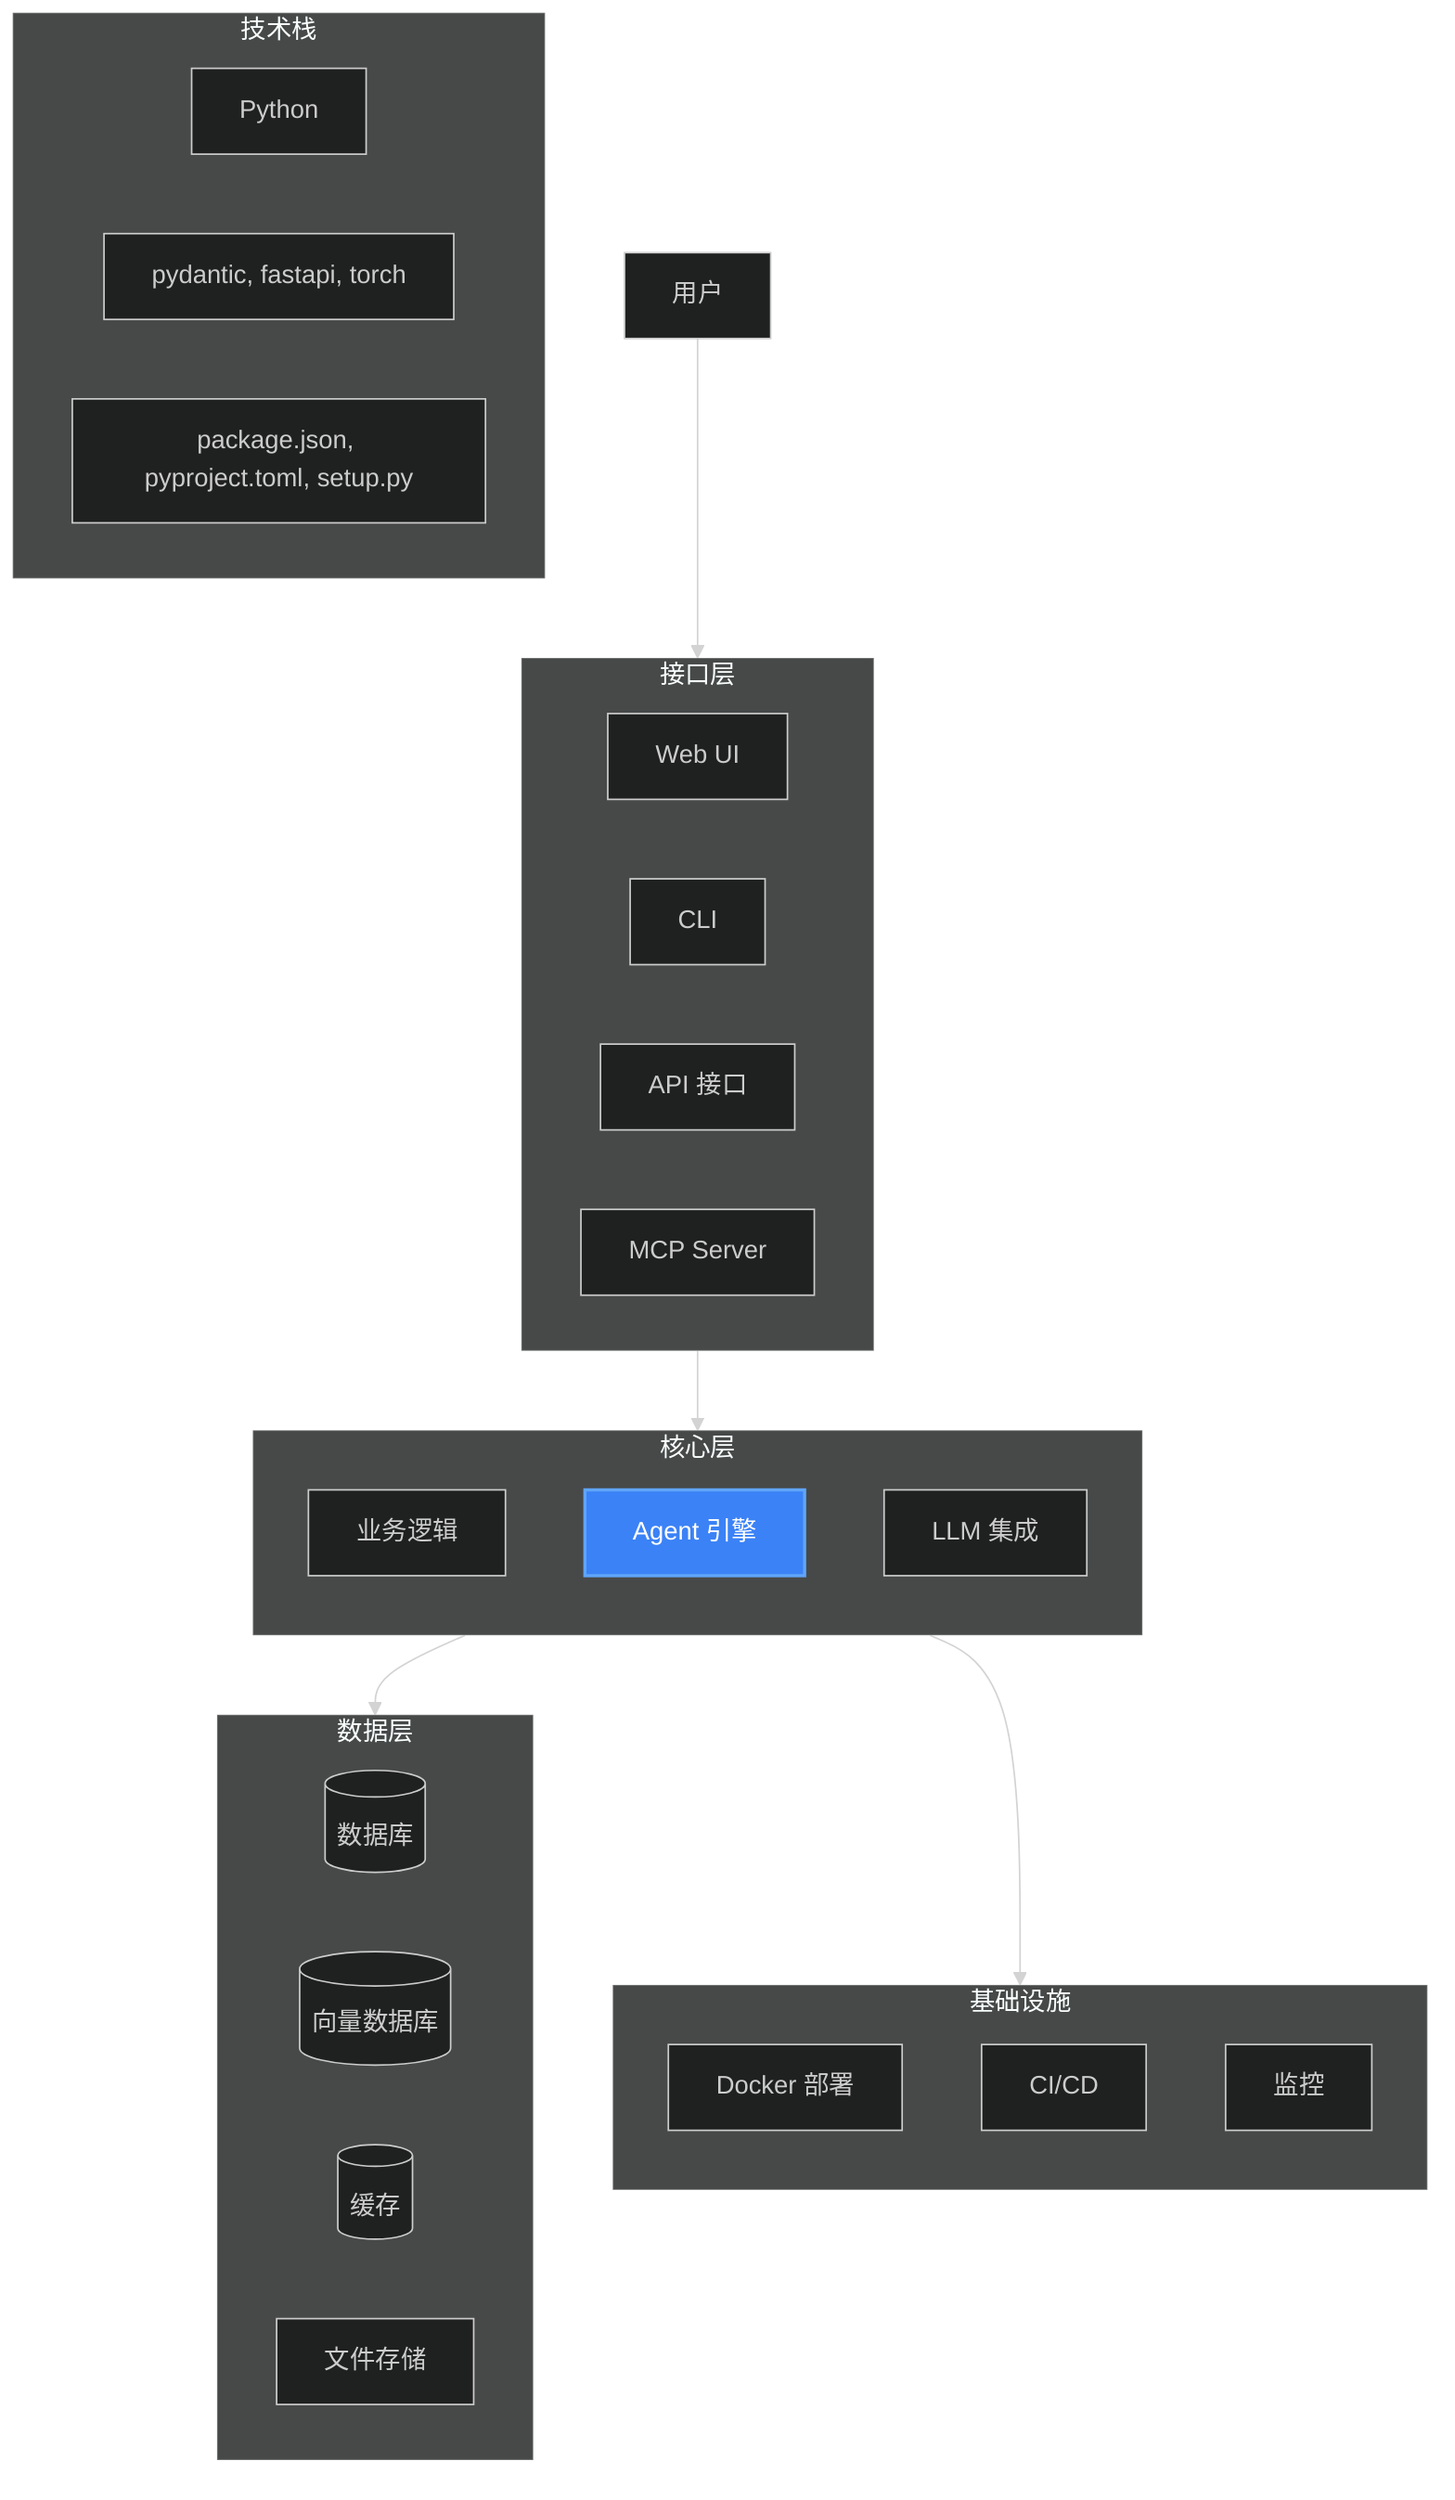
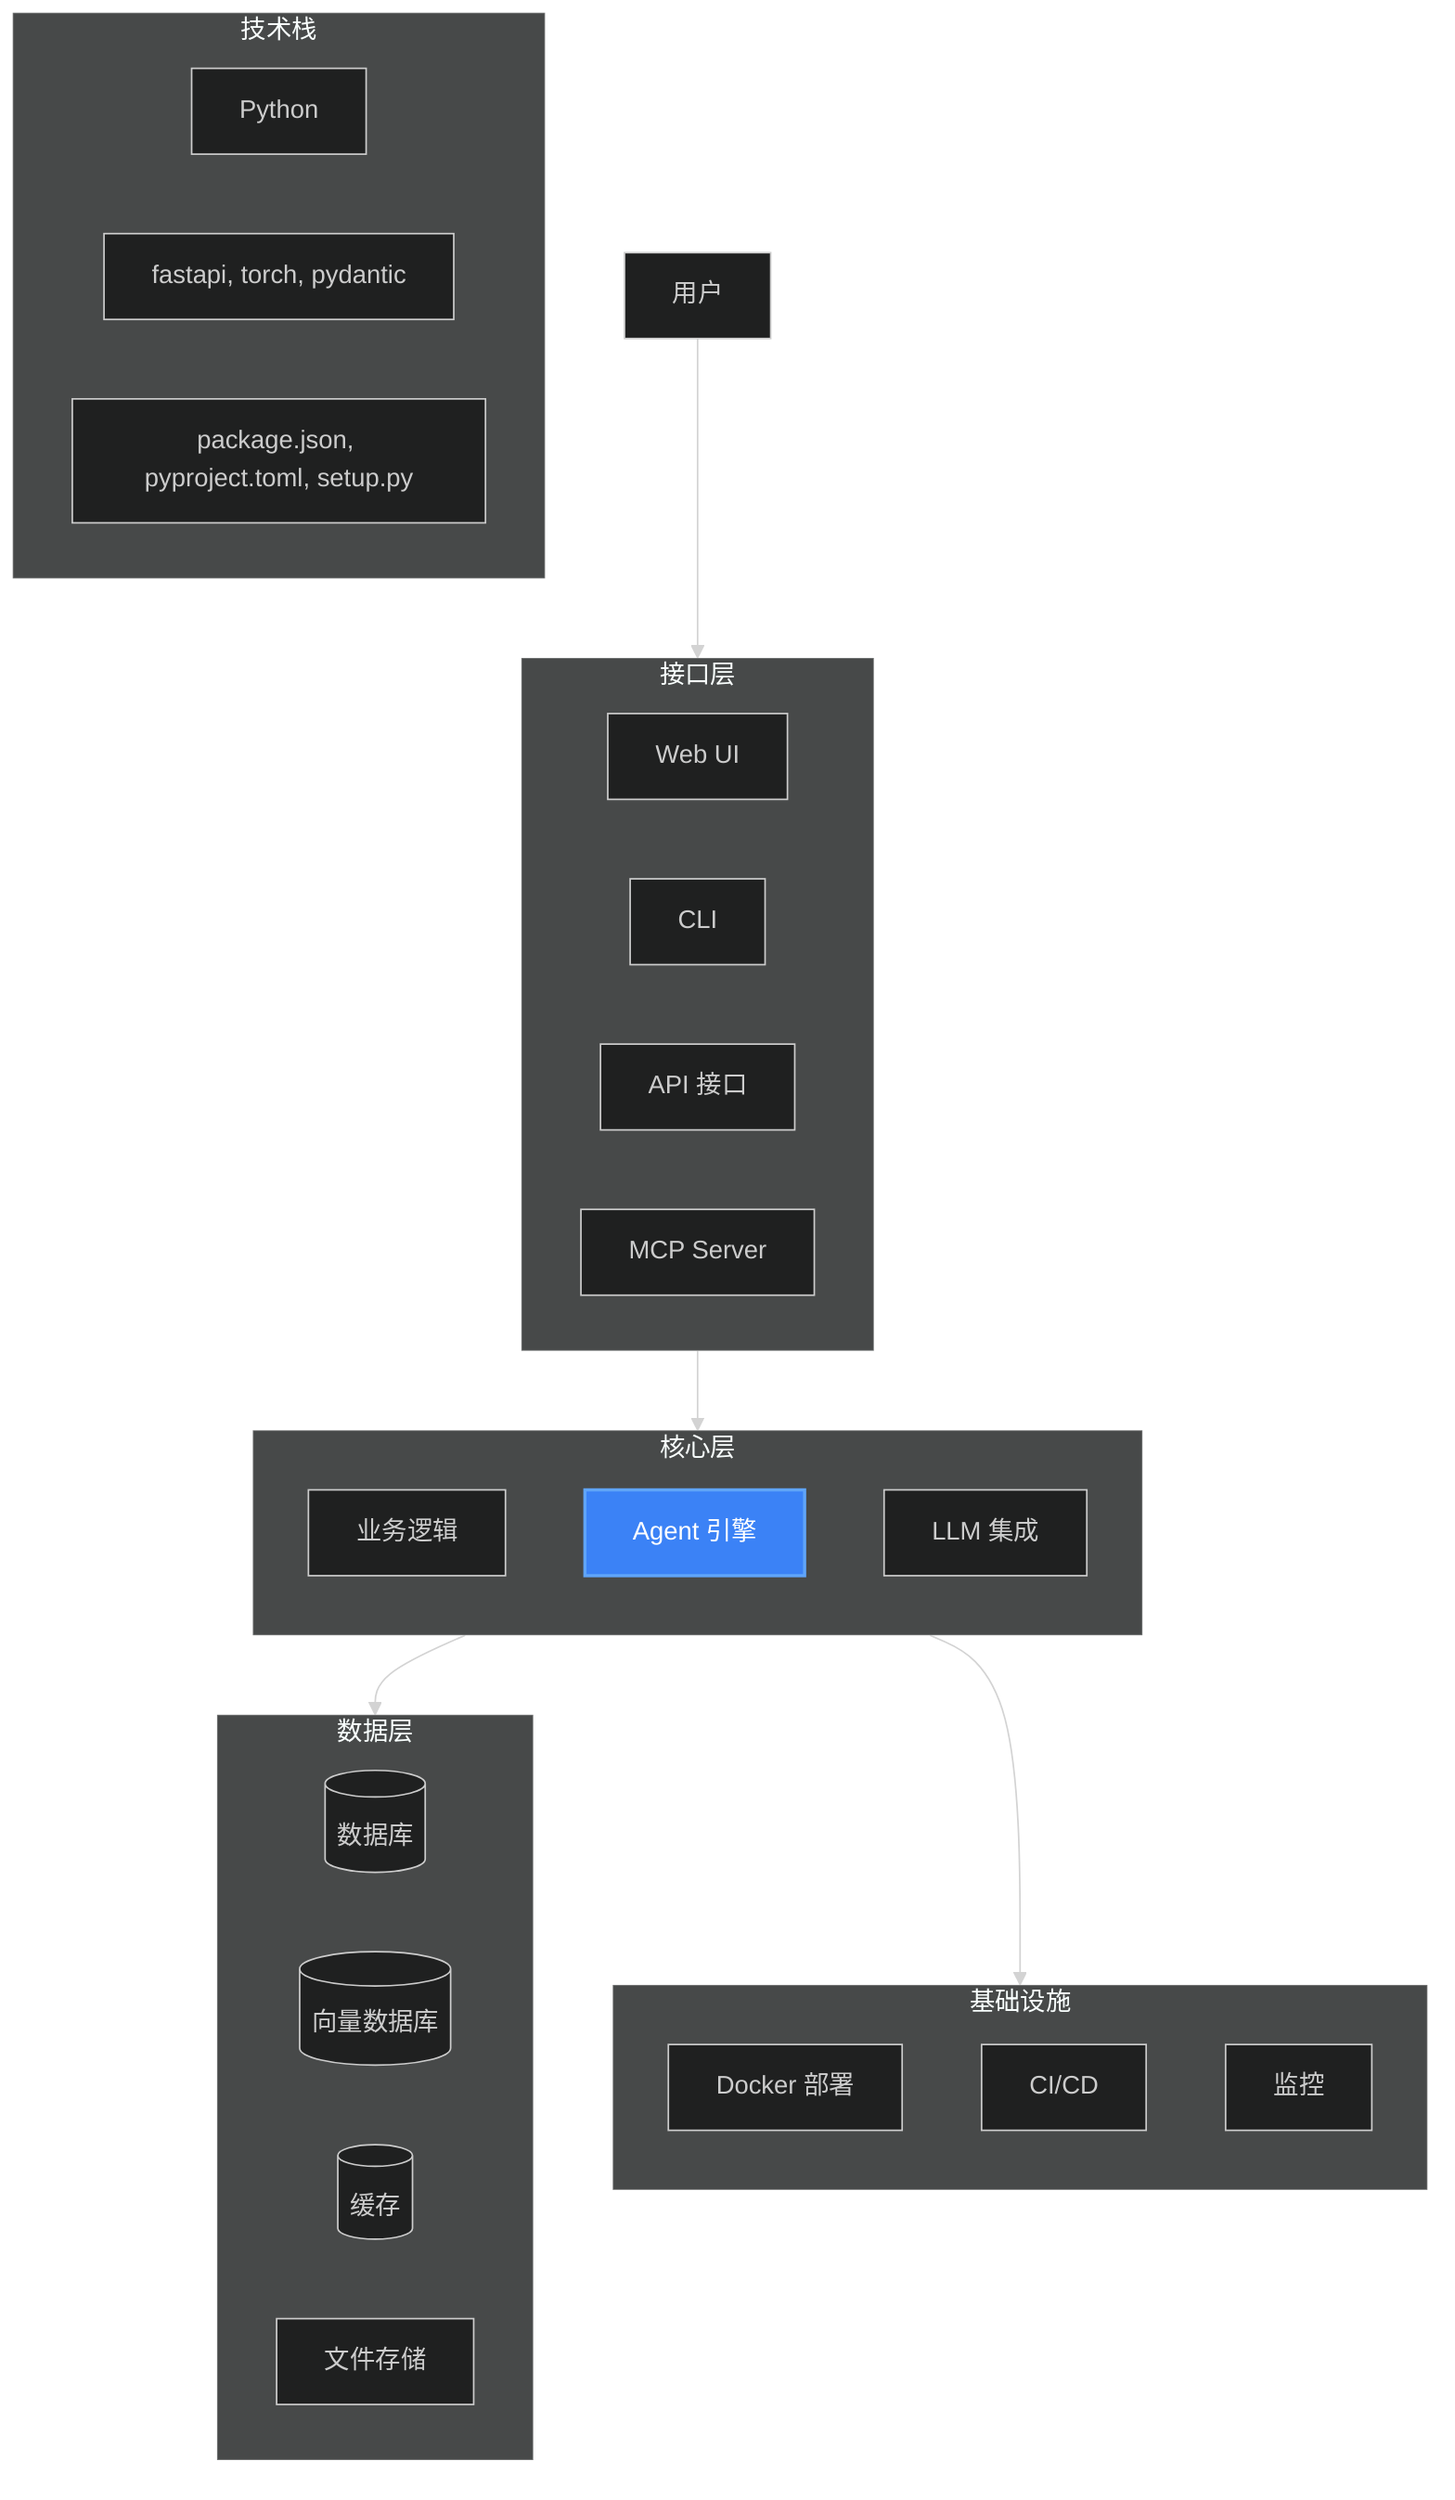
%%{init: {'theme': 'dark'}}%%
graph TB
    User[用户] --> Interface[接口层]

    subgraph Interface[接口层]
        direction LR
        WebUI[Web UI]
        CLI[CLI]
        API[API 接口]
        MCP[MCP Server]
    end

    subgraph Core[核心层]
        direction TB
        Business[业务逻辑]
        AgentEngine[Agent 引擎]:::highlight
        LLM[LLM 集成]
    end

    subgraph Data[数据层]
        direction LR
        Database[(数据库)]
        VectorDB[(向量数据库)]
        Cache[(缓存)]
        Files[文件存储]
    end

    subgraph Infra[基础设施]
        direction TB
        Docker[Docker 部署]
        CI/CD[CI/CD]
        Monitoring[监控]
    end

    Interface --> Core
    Core --> Data
    Core --> Infra

    classDef highlight fill:#3b82f6,stroke:#60a5fa,stroke-width:2px,color:white

    %% 技术栈信息
    subgraph TechStack[技术栈]
        direction LR
        Lang[Python]
-         FW[pydantic, fastapi, torch]
+         FW[fastapi, torch, pydantic]
        Deps[package.json, pyproject.toml, setup.py]
    end
